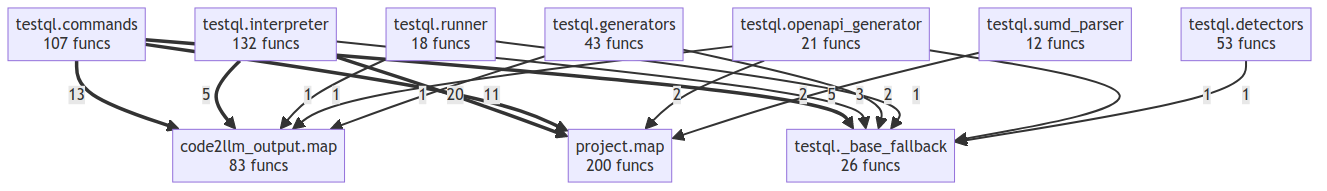
This is project/compact_flow.png from oqlos/testql, a Mermaid export, as it was before one commit. Its source is kept beside it as project/compact_flow.mmd. Its diagram source:
```mermaid
flowchart TD
    code2llm_output__map["code2llm_output.map<br/>83 funcs"]
    project__map["project.map<br/>200 funcs"]
    testql___base_fallback["testql._base_fallback<br/>26 funcs"]
    testql__commands["testql.commands<br/>107 funcs"]
    testql__detectors["testql.detectors<br/>53 funcs"]
    testql__generators["testql.generators<br/>43 funcs"]
    testql__interpreter["testql.interpreter<br/>132 funcs"]
    testql__openapi_generator["testql.openapi_generator<br/>21 funcs"]
    testql__runner["testql.runner<br/>18 funcs"]
    testql__sumd_parser["testql.sumd_parser<br/>12 funcs"]
    testql__interpreter ==>|20| project__map
    testql__commands ==>|13| code2llm_output__map
    testql__commands ==>|11| project__map
    testql__commands ==>|5| testql___base_fallback
    testql__interpreter ==>|5| code2llm_output__map
    testql__interpreter -->|3| testql___base_fallback
    testql__openapi_generator -->|2| project__map
    testql__sumd_parser -->|2| project__map
    testql__generators -->|2| testql___base_fallback
    testql__runner -->|1| code2llm_output__map
    testql__runner -->|1| testql___base_fallback
    testql__openapi_generator -->|1| code2llm_output__map
    testql__openapi_generator -->|1| testql___base_fallback
    testql__generators -->|1| code2llm_output__map
    testql__detectors -->|1| testql___base_fallback
```
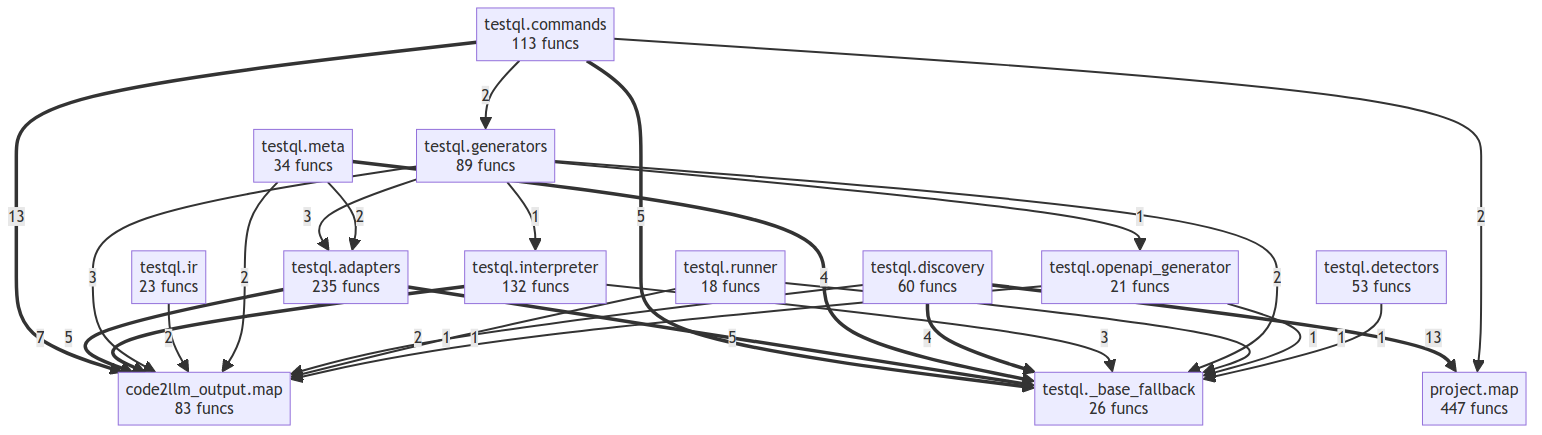
After the commit.

Change to the diagram source:
```diff
@@ -1,26 +1,39 @@
 flowchart TD
     code2llm_output__map["code2llm_output.map<br/>83 funcs"]
-    project__map["project.map<br/>200 funcs"]
+    project__map["project.map<br/>447 funcs"]
     testql___base_fallback["testql._base_fallback<br/>26 funcs"]
-    testql__commands["testql.commands<br/>107 funcs"]
+    testql__adapters["testql.adapters<br/>235 funcs"]
+    testql__commands["testql.commands<br/>113 funcs"]
     testql__detectors["testql.detectors<br/>53 funcs"]
-    testql__generators["testql.generators<br/>43 funcs"]
+    testql__discovery["testql.discovery<br/>60 funcs"]
+    testql__generators["testql.generators<br/>89 funcs"]
     testql__interpreter["testql.interpreter<br/>132 funcs"]
+    testql__ir["testql.ir<br/>23 funcs"]
+    testql__meta["testql.meta<br/>34 funcs"]
     testql__openapi_generator["testql.openapi_generator<br/>21 funcs"]
     testql__runner["testql.runner<br/>18 funcs"]
-    testql__sumd_parser["testql.sumd_parser<br/>12 funcs"]
-    testql__interpreter ==>|20| project__map
     testql__commands ==>|13| code2llm_output__map
-    testql__commands ==>|11| project__map
+    testql__discovery ==>|13| project__map
+    testql__adapters ==>|7| code2llm_output__map
     testql__commands ==>|5| testql___base_fallback
     testql__interpreter ==>|5| code2llm_output__map
+    testql__adapters ==>|5| testql___base_fallback
+    testql__meta ==>|4| testql___base_fallback
+    testql__discovery ==>|4| testql___base_fallback
     testql__interpreter -->|3| testql___base_fallback
-    testql__openapi_generator -->|2| project__map
-    testql__sumd_parser -->|2| project__map
+    testql__generators -->|3| code2llm_output__map
+    testql__generators -->|3| testql__adapters
+    testql__commands -->|2| testql__generators
+    testql__ir -->|2| code2llm_output__map
     testql__generators -->|2| testql___base_fallback
+    testql__commands -->|2| project__map
+    testql__meta -->|2| code2llm_output__map
+    testql__meta -->|2| testql__adapters
+    testql__discovery -->|2| code2llm_output__map
     testql__runner -->|1| code2llm_output__map
     testql__runner -->|1| testql___base_fallback
     testql__openapi_generator -->|1| code2llm_output__map
     testql__openapi_generator -->|1| testql___base_fallback
-    testql__generators -->|1| code2llm_output__map
+    testql__generators -->|1| testql__openapi_generator
+    testql__generators -->|1| testql__interpreter
     testql__detectors -->|1| testql___base_fallback
```
